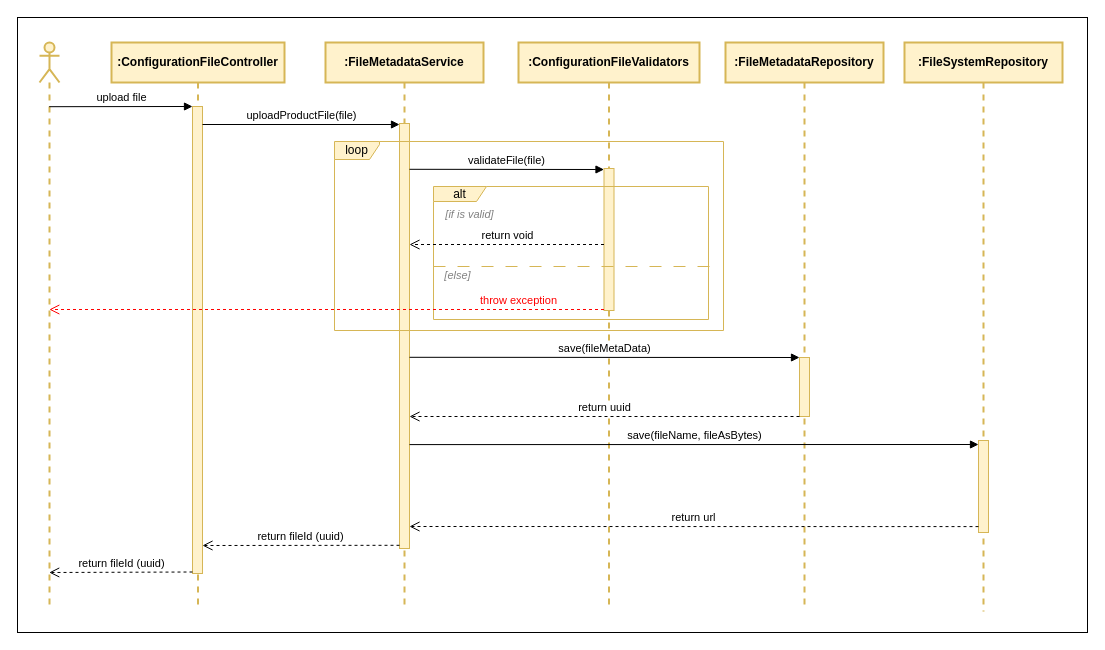
Earlier version of the draw.io diagram page "Page-19" (19 of 23) of hibernate.drawio (minhtran-q/hibernate-knowledge). Source tidied: cells renumbered, new cells numbered last; positions are measured from the earlier drawing's top-left corner, leaving out a move shared by most shapes. Both pictures are drawn from the tidied source at 100%, with x=0, y=0 at pixel (17, 17).
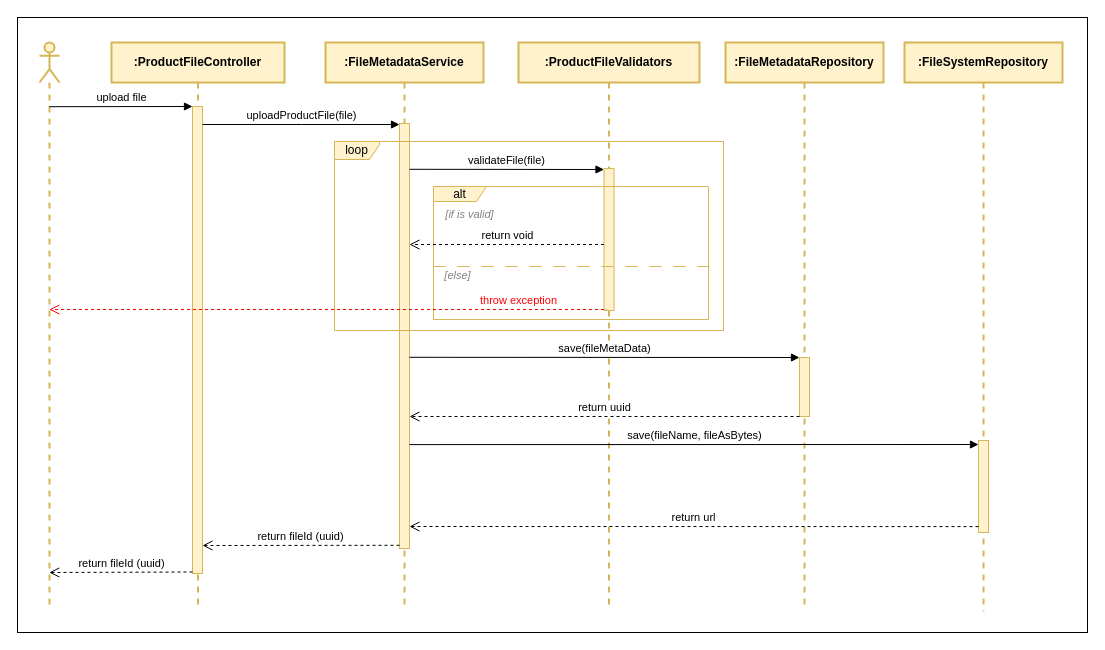
Above is the later version.

What changed in the source:
```diff
@@
-    <mxCell id="3" value=":ConfigurationFileController" style="shape=umlLifeline;perimeter=lifelinePerimeter;whiteSpace=wrap;html=1;newEdgeStyle={&quot;edgeStyle&quot;:&quot;elbowEdgeStyle&quot;,&quot;elbow&quot;:&quot;vertical&quot;,&quot;curved&quot;:0,&quot;rounded&quot;:0};fillColor=#fff2cc;strokeColor=#d6b656;fontStyle=1;strokeWidth=2;" parent="1" vertex="1">
+    <mxCell id="3" value=":ProductFileController" style="shape=umlLifeline;perimeter=lifelinePerimeter;whiteSpace=wrap;html=1;newEdgeStyle={&quot;edgeStyle&quot;:&quot;elbowEdgeStyle&quot;,&quot;elbow&quot;:&quot;vertical&quot;,&quot;curved&quot;:0,&quot;rounded&quot;:0};fillColor=#fff2cc;strokeColor=#d6b656;fontStyle=1;strokeWidth=2;" parent="1" vertex="1">
       <mxGeometry x="94" y="25" width="173" height="566" as="geometry" />
     </mxCell>
@@
-    <mxCell id="8" value=":ConfigurationFileValidators" style="shape=umlLifeline;perimeter=lifelinePerimeter;whiteSpace=wrap;html=1;newEdgeStyle={&quot;edgeStyle&quot;:&quot;elbowEdgeStyle&quot;,&quot;elbow&quot;:&quot;vertical&quot;,&quot;curved&quot;:0,&quot;rounded&quot;:0};fillColor=#fff2cc;strokeColor=#d6b656;fontStyle=1;strokeWidth=2;" parent="1" vertex="1">
+    <mxCell id="8" value=":ProductFileValidators" style="shape=umlLifeline;perimeter=lifelinePerimeter;whiteSpace=wrap;html=1;newEdgeStyle={&quot;edgeStyle&quot;:&quot;elbowEdgeStyle&quot;,&quot;elbow&quot;:&quot;vertical&quot;,&quot;curved&quot;:0,&quot;rounded&quot;:0};fillColor=#fff2cc;strokeColor=#d6b656;fontStyle=1;strokeWidth=2;" parent="1" vertex="1">
       <mxGeometry x="501" y="25" width="181" height="566" as="geometry" />
     </mxCell>
@@
-    <mxCell id="14" value="uploadProductFile(file)" style="html=1;verticalAlign=bottom;endArrow=block;edgeStyle=elbowEdgeStyle;elbow=vertical;curved=0;rounded=0;" parent="1" edge="1">
+    <mxCell id="14" value="uploadProductFile(file)" style="html=1;verticalAlign=bottom;endArrow=block;edgeStyle=elbowEdgeStyle;elbow=horizontal;curved=0;rounded=0;" parent="1" edge="1">
       <mxGeometry relative="1" as="geometry">
         <mxPoint x="185" y="107" as="sourcePoint" />
         <mxPoint x="382" y="107" as="targetPoint" />
       </mxGeometry>
     </mxCell>
```
